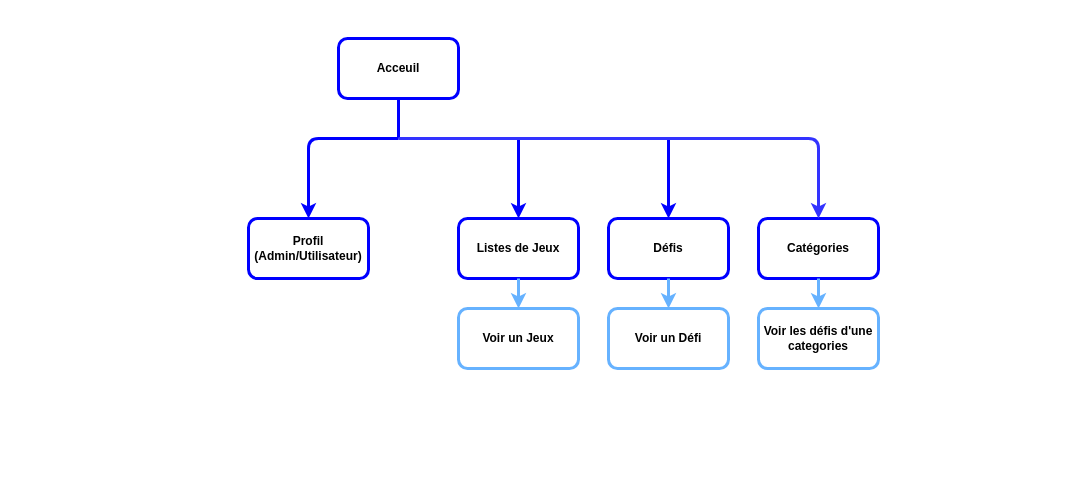
Before: doc/Arborescence.drawio in RomainCenturioni/Gamer-Challenge-Back, a draw.io diagram. Source tidied: cells renumbered, new cells numbered last; positions are measured from the earlier drawing's top-left corner, leaving out a move shared by most shapes. Both pictures are drawn from the tidied source at 100%, with x=0, y=0 at pixel (248, 38).
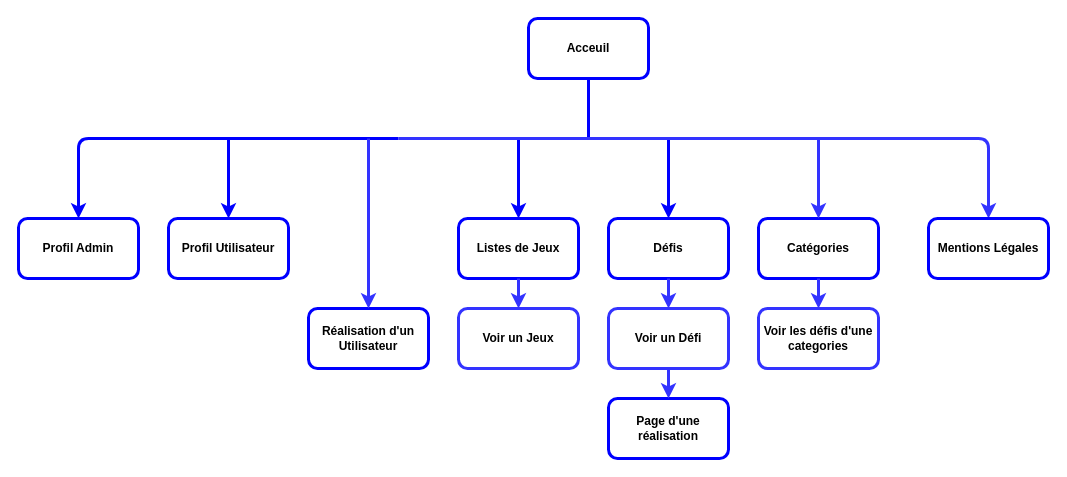
The same page after the edit.

Commit message (it also covers changes not shown here):
modif mcd mld dictionnaire des données mis en anglais, wireframe, mis a jour de l'arborescence et début charte graphique

The change refers to these unchanged cells:
```xml
<mxCell id="4" value="&lt;b&gt;Défis&lt;/b&gt;" style="rounded=1;whiteSpace=wrap;html=1;strokeColor=#0000FF;strokeWidth=3;" parent="1" vertex="1">
  <mxGeometry x="360" y="180" width="120" height="60" as="geometry" />
</mxCell>
<mxCell id="5" value="&lt;b&gt;Listes de Jeux&lt;/b&gt;" style="rounded=1;whiteSpace=wrap;html=1;strokeColor=#0000FF;strokeWidth=3;" parent="1" vertex="1">
  <mxGeometry x="210" y="180" width="120" height="60" as="geometry" />
</mxCell>
<mxCell id="8" value="&lt;b&gt;Catégories&lt;/b&gt;" style="rounded=1;whiteSpace=wrap;html=1;strokeColor=#0000FF;strokeWidth=3;" parent="1" vertex="1">
  <mxGeometry x="510" y="180" width="120" height="60" as="geometry" />
</mxCell>
```

Change to the diagram source:
```diff
@@
     <mxCell id="2" value="&lt;b&gt;Acceuil&lt;/b&gt;" style="rounded=1;whiteSpace=wrap;html=1;strokeColor=#0000FF;strokeWidth=3;" parent="1" vertex="1">
-      <mxGeometry x="90" width="120" height="60" as="geometry" />
+      <mxGeometry x="280" y="-20" width="120" height="60" as="geometry" />
     </mxCell>
     <mxCell id="3" style="endArrow=none;html=1;entryX=0.5;entryY=1;entryDx=0;entryDy=0;fillColor=#0000FF;strokeWidth=3;strokeColor=#0000FF;" parent="1" edge="1" target="2">
       <mxGeometry relative="1" as="geometry">
-        <mxPoint x="150" y="100" as="sourcePoint" />
+        <mxPoint x="340" y="100" as="sourcePoint" />
       </mxGeometry>
     </mxCell>
@@
-    <mxCell id="6" value="&lt;b&gt;Voir un Jeux&lt;/b&gt;" style="rounded=1;whiteSpace=wrap;html=1;strokeColor=#66B2FF;strokeWidth=3;" parent="1" vertex="1">
+    <mxCell id="6" value="&lt;b&gt;Voir un Jeux&lt;/b&gt;" style="rounded=1;whiteSpace=wrap;html=1;strokeColor=#3333FF;strokeWidth=3;" parent="1" vertex="1">
       <mxGeometry x="210" y="270" width="120" height="60" as="geometry" />
     </mxCell>
-    <mxCell id="7" value="&lt;b&gt;Voir un Défi&lt;/b&gt;" style="rounded=1;whiteSpace=wrap;html=1;strokeColor=#66B2FF;strokeWidth=3;" parent="1" vertex="1">
+    <mxCell id="7" value="&lt;b&gt;Voir un Défi&lt;/b&gt;" style="rounded=1;whiteSpace=wrap;html=1;strokeColor=#3333FF;strokeWidth=3;" parent="1" vertex="1">
       <mxGeometry x="360" y="270" width="120" height="60" as="geometry" />
     </mxCell>
@@
-    <mxCell id="9" value="&lt;b&gt;Voir les défis d'une categories&lt;/b&gt;" style="rounded=1;whiteSpace=wrap;html=1;strokeColor=#66B2FF;strokeWidth=3;" parent="1" vertex="1">
+    <mxCell id="9" value="&lt;b&gt;Voir les défis d'une categories&lt;/b&gt;" style="rounded=1;whiteSpace=wrap;html=1;strokeColor=#3333FF;strokeWidth=3;" parent="1" vertex="1">
       <mxGeometry x="510" y="270" width="120" height="60" as="geometry" />
     </mxCell>
-    <mxCell id="10" value="&lt;b&gt;Profil (Admin/Utilisateur)&lt;/b&gt;" style="rounded=1;whiteSpace=wrap;html=1;strokeColor=#0000FF;strokeWidth=3;" parent="1" vertex="1">
-      <mxGeometry y="180" width="120" height="60" as="geometry" />
+    <mxCell id="10" value="&lt;b&gt;Profil Admin&lt;/b&gt;" style="rounded=1;whiteSpace=wrap;html=1;strokeColor=#0000FF;strokeWidth=3;" parent="1" vertex="1">
+      <mxGeometry x="-230" y="180" width="120" height="60" as="geometry" />
     </mxCell>
@@
-    <mxCell id="12" style="endArrow=classic;html=1;entryX=0.5;entryY=0;entryDx=0;entryDy=0;exitX=0.5;exitY=1;exitDx=0;exitDy=0;strokeWidth=3;strokeColor=#66B2FF;" parent="1" edge="1" source="8" target="9">
+    <mxCell id="12" style="endArrow=classic;html=1;entryX=0.5;entryY=0;entryDx=0;entryDy=0;exitX=0.5;exitY=1;exitDx=0;exitDy=0;strokeWidth=3;strokeColor=#3333FF;" parent="1" edge="1" source="8" target="9">
       <mxGeometry relative="1" as="geometry" />
     </mxCell>
-    <mxCell id="13" style="endArrow=classic;html=1;exitX=0.5;exitY=1;exitDx=0;exitDy=0;entryX=0.5;entryY=0;entryDx=0;entryDy=0;strokeWidth=3;strokeColor=#66B2FF;" parent="1" edge="1" source="5" target="6">
+    <mxCell id="13" style="endArrow=classic;html=1;exitX=0.5;exitY=1;exitDx=0;exitDy=0;entryX=0.5;entryY=0;entryDx=0;entryDy=0;strokeWidth=3;strokeColor=#3333FF;" parent="1" edge="1" source="5" target="6">
       <mxGeometry relative="1" as="geometry" />
     </mxCell>
-    <mxCell id="14" style="endArrow=classic;html=1;exitX=0.5;exitY=1;exitDx=0;exitDy=0;entryX=0.5;entryY=0;entryDx=0;entryDy=0;strokeWidth=3;strokeColor=#66B2FF;" parent="1" edge="1" source="4" target="7">
+    <mxCell id="14" style="endArrow=classic;html=1;exitX=0.5;exitY=1;exitDx=0;exitDy=0;entryX=0.5;entryY=0;entryDx=0;entryDy=0;strokeWidth=3;strokeColor=#3333FF;" parent="1" edge="1" source="4" target="7">
       <mxGeometry relative="1" as="geometry" />
     </mxCell>
-    <mxCell id="15" style="endArrow=classic;html=1;strokeWidth=3;strokeColor=#0000FF;" parent="1" edge="1">
+    <mxCell id="15" style="endArrow=classic;html=1;strokeWidth=3;strokeColor=#0000FF;entryX=0.5;entryY=0;entryDx=0;entryDy=0;" parent="1" edge="1" target="10">
       <mxGeometry relative="1" as="geometry">
         <mxPoint x="150" y="100" as="sourcePoint" />
-        <mxPoint x="60" y="180" as="targetPoint" />
         <Array as="points">
-          <mxPoint x="60" y="100" />
+          <mxPoint x="-170" y="100" />
         </Array>
       </mxGeometry>
     </mxCell>
@@
-    <mxCell id="17" style="endArrow=classic;html=1;entryX=0.5;entryY=0;entryDx=0;entryDy=0;strokeWidth=3;strokeColor=#3333FF;" parent="1" edge="1" target="8">
+    <mxCell id="17" style="endArrow=classic;html=1;strokeWidth=3;strokeColor=#3333FF;" parent="1" edge="1">
       <mxGeometry relative="1" as="geometry">
         <mxPoint x="150" y="100" as="sourcePoint" />
+        <mxPoint x="740" y="180" as="targetPoint" />
         <Array as="points">
-          <mxPoint x="570" y="100" />
+          <mxPoint x="740" y="100" />
         </Array>
       </mxGeometry>
     </mxCell>
+    <mxCell id="18" style="endArrow=classic;html=1;entryX=0.5;entryY=0;entryDx=0;entryDy=0;strokeColor=#3333FF;strokeWidth=3;" parent="1" edge="1" target="8">
+      <mxGeometry relative="1" as="geometry">
+        <mxPoint x="570" y="100" as="sourcePoint" />
+      </mxGeometry>
+    </mxCell>
+    <mxCell id="19" value="&lt;b&gt;Mentions Légales&lt;/b&gt;" style="rounded=1;whiteSpace=wrap;html=1;strokeColor=#0000FF;strokeWidth=3;" parent="1" vertex="1">
+      <mxGeometry x="680" y="180" width="120" height="60" as="geometry" />
+    </mxCell>
+    <mxCell id="20" value="&lt;b&gt;Profil Utilisateur&lt;/b&gt;" style="rounded=1;whiteSpace=wrap;html=1;strokeColor=#0000FF;strokeWidth=3;" parent="1" vertex="1">
+      <mxGeometry x="-80" y="180" width="120" height="60" as="geometry" />
+    </mxCell>
+    <mxCell id="21" style="endArrow=classic;html=1;fillColor=#0000FF;strokeWidth=3;strokeColor=#0000FF;entryX=0.5;entryY=0;entryDx=0;entryDy=0;" parent="1" edge="1" target="20">
+      <mxGeometry relative="1" as="geometry">
+        <mxPoint x="-20" y="100" as="sourcePoint" />
+      </mxGeometry>
+    </mxCell>
+    <mxCell id="22" value="&lt;b&gt;Réalisation d'un Utilisateur&lt;/b&gt;" style="rounded=1;whiteSpace=wrap;html=1;strokeColor=#0000FF;strokeWidth=3;" parent="1" vertex="1">
+      <mxGeometry x="60" y="270" width="120" height="60" as="geometry" />
+    </mxCell>
+    <mxCell id="23" value="&lt;b&gt;Page d'une réalisation&lt;/b&gt;" style="rounded=1;whiteSpace=wrap;html=1;strokeColor=#0000FF;strokeWidth=3;" parent="1" vertex="1">
+      <mxGeometry x="360" y="360" width="120" height="60" as="geometry" />
+    </mxCell>
+    <mxCell id="24" style="endArrow=classic;html=1;strokeWidth=3;strokeColor=#3333FF;entryX=0.5;entryY=0;entryDx=0;entryDy=0;" parent="1" edge="1" target="22">
+      <mxGeometry relative="1" as="geometry">
+        <mxPoint x="120" y="100" as="sourcePoint" />
+      </mxGeometry>
+    </mxCell>
+    <mxCell id="25" style="endArrow=classic;html=1;exitX=0.5;exitY=1;exitDx=0;exitDy=0;entryX=0.5;entryY=0;entryDx=0;entryDy=0;strokeWidth=3;strokeColor=#3333FF;" parent="1" edge="1" source="7" target="23">
+      <mxGeometry relative="1" as="geometry" />
+    </mxCell>
```
